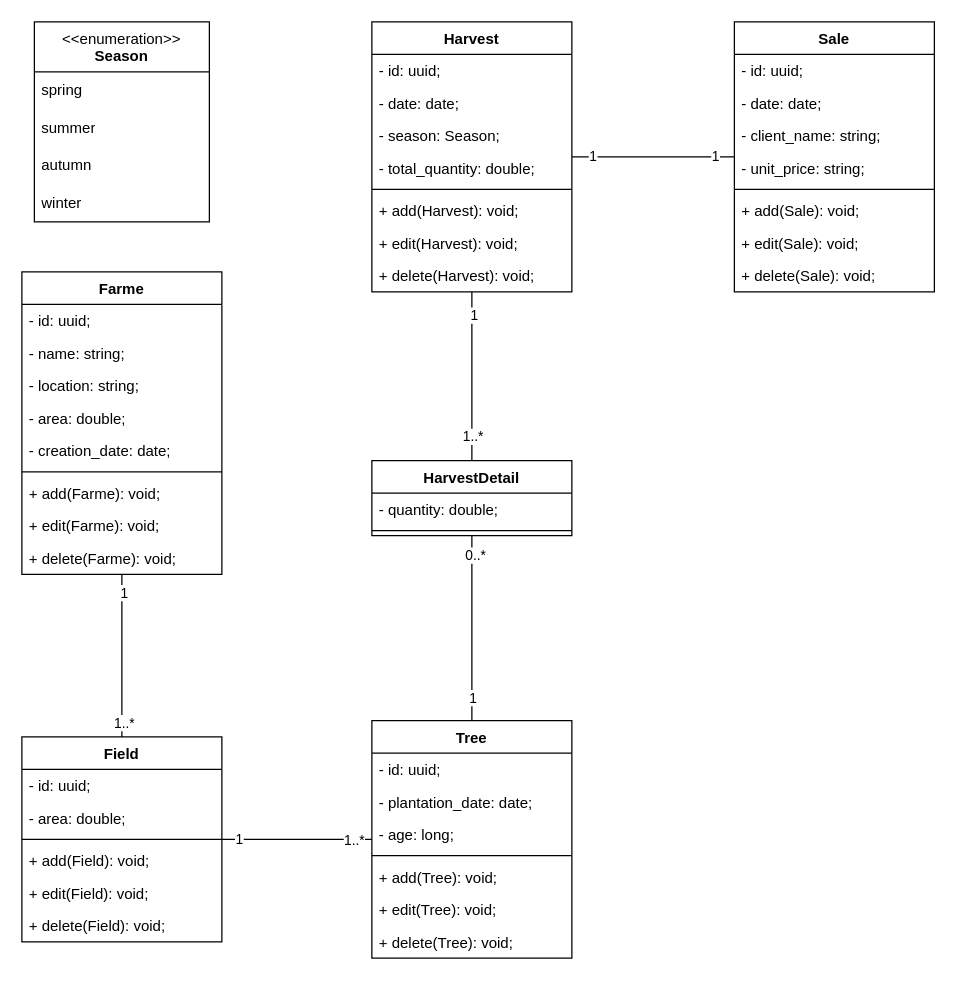
The draw.io diagram Citronix.drawio in berghach/Citronix, before the edit. Source tidied: cells renumbered, new cells numbered last; positions are measured from the earlier drawing's top-left corner, leaving out a move shared by most shapes. Both pictures are drawn from the tidied source at 125%, with x=0, y=0 at pixel (21, 21).
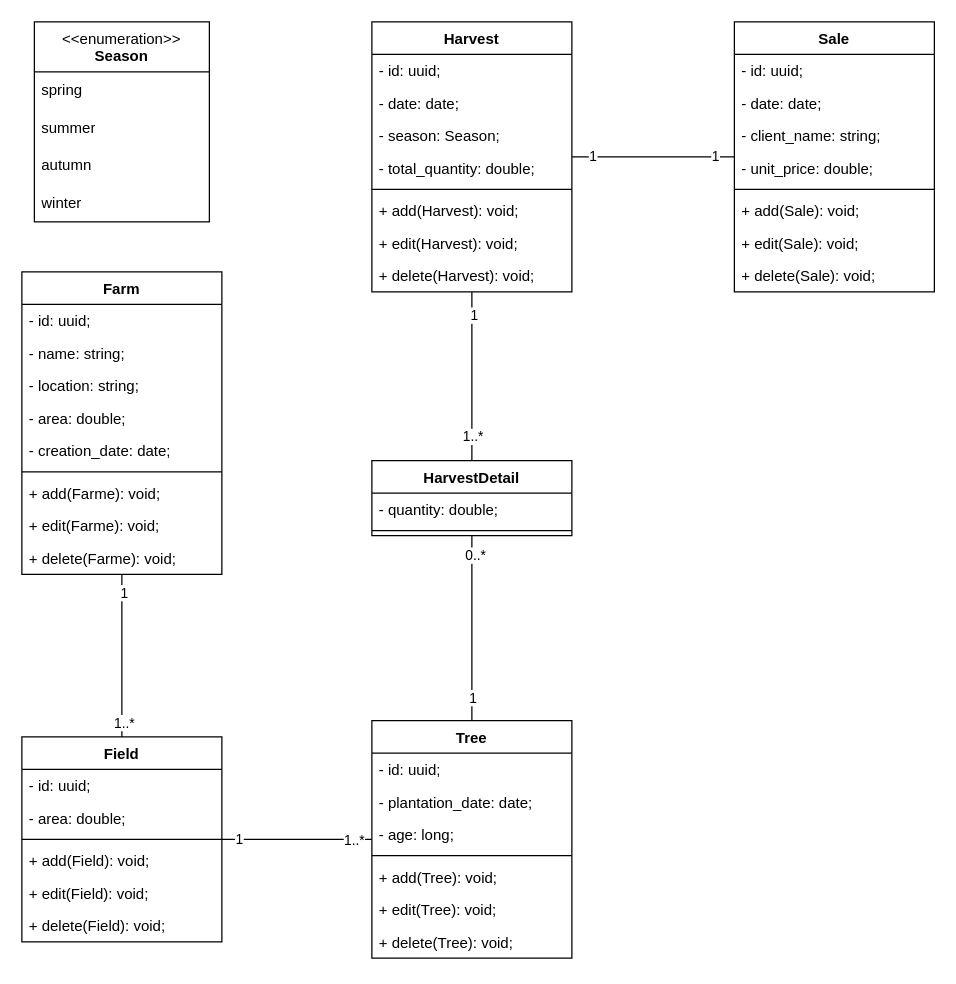
After the change.

The change refers to these unchanged cells:
```xml
<mxCell id="54" value="Sale" style="swimlane;fontStyle=1;align=center;verticalAlign=top;horizontal=1;startSize=26;whiteSpace=wrap;html=1;" parent="1" vertex="1">
  <mxGeometry x="570" width="160" height="216" as="geometry" />
</mxCell>
```

Change to the diagram source:
```diff
@@
-    <mxCell id="5" value="Farme" style="swimlane;fontStyle=1;align=center;verticalAlign=top;horizontal=1;startSize=26;whiteSpace=wrap;html=1;" parent="1" vertex="1">
+    <mxCell id="5" value="Farm" style="swimlane;fontStyle=1;align=center;verticalAlign=top;horizontal=1;startSize=26;whiteSpace=wrap;html=1;" parent="1" vertex="1">
       <mxGeometry y="200" width="160" height="242" as="geometry" />
     </mxCell>
@@
-    <mxCell id="58" value="- unit_price: string;" style="text;strokeColor=none;fillColor=none;align=left;verticalAlign=top;spacingLeft=4;spacingRight=4;overflow=hidden;whiteSpace=wrap;html=1;" parent="54" vertex="1">
+    <mxCell id="58" value="- unit_price: double;" style="text;strokeColor=none;fillColor=none;align=left;verticalAlign=top;spacingLeft=4;spacingRight=4;overflow=hidden;whiteSpace=wrap;html=1;" parent="54" vertex="1">
       <mxGeometry y="104" width="160" height="26" as="geometry" />
     </mxCell>
```
